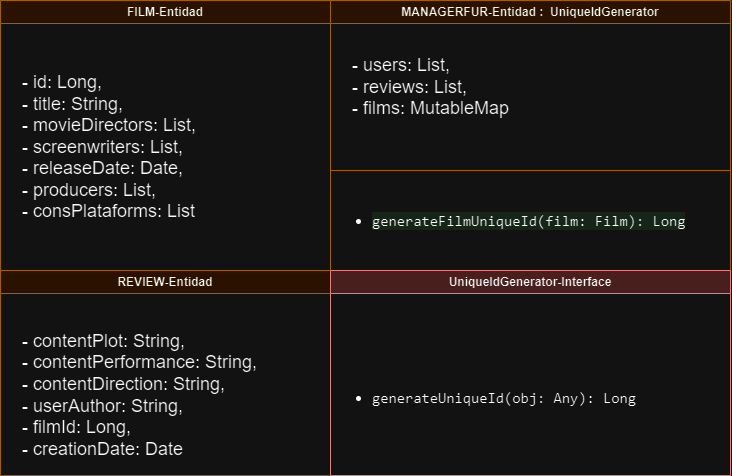
The draw.io diagram doc/imagenes/Modelo_Dominio_Claqueta_TFG.drawio.png in JoseJordanF/Claqueta, before a commit. Source tidied: cells renumbered, new cells last; positions are measured from the earlier drawing's top-left corner, leaving out a move shared by most shapes. The source it was exported from:
```xml
<mxGraphModel>
  <root>
    <mxCell id="0" />
    <mxCell id="1" parent="0" />
    <mxCell id="2" value="FILM-Entidad" style="swimlane;whiteSpace=wrap;html=1;labelBackgroundColor=none;labelBorderColor=none;fillColor=#ffe6cc;align=center;rounded=0;strokeColor=#d79b00;" parent="1" vertex="1">
      <mxGeometry width="330" height="270" as="geometry" />
    </mxCell>
    <mxCell id="3" value="- id: Long,&lt;br&gt;- title: String,&lt;br&gt;- movieDirectors: List,&lt;br&gt;- screenwriters: List,&lt;br&gt;- releaseDate: Date,&lt;br&gt;- producers: List,&lt;br&gt;- consPlataforms: List" style="text;html=1;align=left;verticalAlign=middle;strokeColor=none;fillColor=none;fontSize=18;" parent="2" vertex="1">
      <mxGeometry x="20" y="67" width="200" height="160" as="geometry" />
    </mxCell>
    <mxCell id="4" value="REVIEW-Entidad" style="swimlane;whiteSpace=wrap;html=1;fillColor=#ffe6cc;strokeColor=#d79b00;" parent="1" vertex="1">
      <mxGeometry y="270" width="330" height="205" as="geometry" />
    </mxCell>
    <mxCell id="5" value="&lt;div&gt;- contentPlot: String,&lt;/div&gt;&lt;div&gt;- contentPerformance: String,&lt;/div&gt;&lt;div&gt;- contentDirection: String,&lt;/div&gt;&lt;div&gt;- userAuthor: String,&lt;/div&gt;&lt;div&gt;- filmId: Long,&lt;/div&gt;&lt;div&gt;- creationDate: Date&lt;/div&gt;" style="text;html=1;align=left;verticalAlign=middle;strokeColor=none;fillColor=none;fontSize=18;" parent="4" vertex="1">
      <mxGeometry x="20" y="55" width="260" height="140" as="geometry" />
    </mxCell>
    <mxCell id="6" value="MANAGERFUR-Entidad :&amp;nbsp; UniqueIdGenerator" style="swimlane;whiteSpace=wrap;html=1;fillColor=#ffe6cc;strokeColor=#d79b00;" parent="1" vertex="1">
      <mxGeometry x="330" width="400" height="270" as="geometry" />
    </mxCell>
    <mxCell id="7" value="- users: List,&lt;br&gt;- reviews: List,&lt;br&gt;- films: MutableMap" style="text;html=1;align=left;verticalAlign=middle;strokeColor=none;fillColor=none;fontSize=18;" parent="6" vertex="1">
      <mxGeometry x="20" y="47" width="180" height="80" as="geometry" />
    </mxCell>
    <mxCell id="8" value="&lt;ul style=&quot;font-size: 15px;&quot;&gt;&lt;li&gt; &lt;span style=&quot;box-sizing: border-box; transition: color 0.08s ease-in-out 0s; font-family: ui-monospace, SFMono-Regular, &amp;quot;SF Mono&amp;quot;, Menlo, Consolas, &amp;quot;Liberation Mono&amp;quot;, monospace; background-color: rgba(46, 160, 67, 0.15);&quot; class=&quot;pl-en&quot;&gt;&lt;span style=&quot;box-sizing: border-box; transition: color 0.08s ease-in-out 0s;&quot; class=&quot;pl-token&quot;&gt;generateFilmUniqueId&lt;/span&gt;&lt;/span&gt;&lt;span style=&quot;font-family: ui-monospace, SFMono-Regular, &amp;quot;SF Mono&amp;quot;, Menlo, Consolas, &amp;quot;Liberation Mono&amp;quot;, monospace; background-color: rgba(46, 160, 67, 0.15);&quot;&gt;(&lt;/span&gt;&lt;span style=&quot;box-sizing: border-box; transition: color 0.08s ease-in-out 0s; font-family: ui-monospace, SFMono-Regular, &amp;quot;SF Mono&amp;quot;, Menlo, Consolas, &amp;quot;Liberation Mono&amp;quot;, monospace; background-color: rgba(46, 160, 67, 0.15);&quot; class=&quot;pl-smi&quot;&gt;&lt;span style=&quot;box-sizing: border-box; transition: color 0.08s ease-in-out 0s;&quot; class=&quot;pl-token&quot;&gt;film&lt;/span&gt;&lt;/span&gt;&lt;span style=&quot;box-sizing: border-box; transition: color 0.08s ease-in-out 0s; font-family: ui-monospace, SFMono-Regular, &amp;quot;SF Mono&amp;quot;, Menlo, Consolas, &amp;quot;Liberation Mono&amp;quot;, monospace; background-color: rgba(46, 160, 67, 0.15);&quot; class=&quot;pl-k&quot;&gt;:&lt;/span&gt;&lt;span style=&quot;font-family: ui-monospace, SFMono-Regular, &amp;quot;SF Mono&amp;quot;, Menlo, Consolas, &amp;quot;Liberation Mono&amp;quot;, monospace; background-color: rgba(46, 160, 67, 0.15);&quot;&gt; &lt;/span&gt;&lt;span style=&quot;box-sizing: border-box; transition: color 0.08s ease-in-out 0s; font-family: ui-monospace, SFMono-Regular, &amp;quot;SF Mono&amp;quot;, Menlo, Consolas, &amp;quot;Liberation Mono&amp;quot;, monospace; background-color: rgba(46, 160, 67, 0.15);&quot; class=&quot;pl-en&quot;&gt;&lt;span style=&quot;box-sizing: border-box; transition: color 0.08s ease-in-out 0s;&quot; class=&quot;pl-token&quot;&gt;Film&lt;/span&gt;&lt;/span&gt;&lt;span style=&quot;font-family: ui-monospace, SFMono-Regular, &amp;quot;SF Mono&amp;quot;, Menlo, Consolas, &amp;quot;Liberation Mono&amp;quot;, monospace; background-color: rgba(46, 160, 67, 0.15);&quot;&gt;): &lt;/span&gt;&lt;span style=&quot;box-sizing: border-box; transition: color 0.08s ease-in-out 0s; font-family: ui-monospace, SFMono-Regular, &amp;quot;SF Mono&amp;quot;, Menlo, Consolas, &amp;quot;Liberation Mono&amp;quot;, monospace; background-color: rgba(46, 160, 67, 0.15);&quot; class=&quot;pl-c1&quot;&gt;&lt;span style=&quot;box-sizing: border-box; transition: color 0.08s ease-in-out 0s;&quot; class=&quot;pl-token&quot;&gt;Long&lt;/span&gt;&lt;/span&gt;&lt;br&gt;&lt;/li&gt;&lt;/ul&gt;" style="text;strokeColor=none;fillColor=none;html=1;whiteSpace=wrap;verticalAlign=middle;overflow=hidden;" parent="6" vertex="1">
      <mxGeometry y="170" width="400" height="100" as="geometry" />
    </mxCell>
    <mxCell id="9" style="endArrow=none;html=1;rounded=0;entryX=1;entryY=0.75;entryDx=0;entryDy=0;exitX=0;exitY=0.75;exitDx=0;exitDy=0;fillColor=#ffe6cc;strokeColor=#d79b00;" parent="6" edge="1">
      <mxGeometry relative="1" as="geometry">
        <mxPoint y="170" as="sourcePoint" />
        <mxPoint x="400" y="170" as="targetPoint" />
      </mxGeometry>
    </mxCell>
    <mxCell id="10" value="UniqueIdGenerator-Interface" style="swimlane;whiteSpace=wrap;html=1;fillColor=#f8cecc;strokeColor=#b85450;startSize=23;" parent="1" vertex="1">
      <mxGeometry x="330" y="270" width="400" height="205" as="geometry" />
    </mxCell>
    <mxCell id="11" value="&lt;font style=&quot;font-size: 15px;&quot;&gt;&lt;br&gt;&lt;/font&gt;&lt;ul style=&quot;border-color: var(--border-color); orphans: 2; text-align: left; text-indent: 0px; widows: 2; text-decoration-thickness: initial; text-decoration-style: initial; text-decoration-color: initial; font-size: 15px;&quot;&gt;&lt;li style=&quot;border-color: var(--border-color);&quot;&gt;&lt;font style=&quot;font-size: 15px;&quot; face=&quot;ui-monospace, SFMono-Regular, SF Mono, Menlo, Consolas, Liberation Mono, monospace&quot;&gt;generateUniqueId(obj: Any): Long&lt;/font&gt;&lt;br&gt;&lt;/li&gt;&lt;/ul&gt;" style="text;html=1;align=left;verticalAlign=middle;strokeColor=none;fillColor=none;fontSize=18;" parent="10" vertex="1">
      <mxGeometry y="77" width="330" height="80" as="geometry" />
    </mxCell>
  </root>
</mxGraphModel>
```
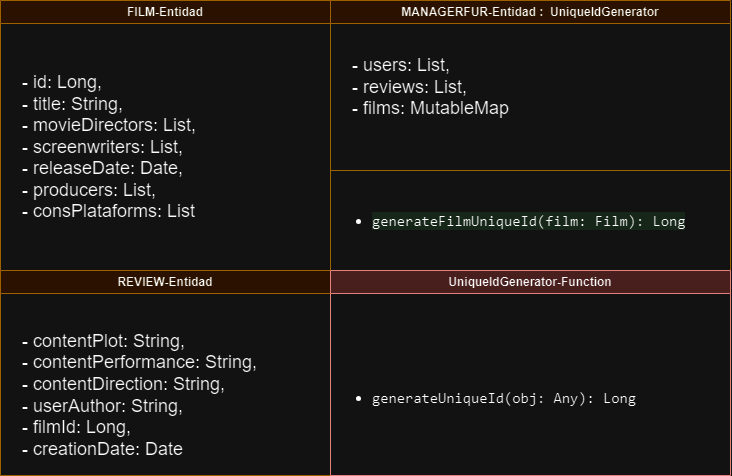
After the commit.

Commit message:
Cambio de imagen #108

se ha llegado a la conclusion de que no es necesaria una clase y una fucion es suficiente

Diff of the diagram source:
```diff
@@ -29,7 +29,7 @@
         <mxPoint x="400" y="170" as="targetPoint" />
       </mxGeometry>
     </mxCell>
-    <mxCell id="10" value="UniqueIdGenerator-Interface" style="swimlane;whiteSpace=wrap;html=1;fillColor=#f8cecc;strokeColor=#b85450;startSize=23;" parent="1" vertex="1">
+    <mxCell id="10" value="UniqueIdGenerator-Function" style="swimlane;whiteSpace=wrap;html=1;fillColor=#f8cecc;strokeColor=#b85450;startSize=23;" parent="1" vertex="1">
       <mxGeometry x="330" y="270" width="400" height="205" as="geometry" />
     </mxCell>
     <mxCell id="11" value="&lt;font style=&quot;font-size: 15px;&quot;&gt;&lt;br&gt;&lt;/font&gt;&lt;ul style=&quot;border-color: var(--border-color); orphans: 2; text-align: left; text-indent: 0px; widows: 2; text-decoration-thickness: initial; text-decoration-style: initial; text-decoration-color: initial; font-size: 15px;&quot;&gt;&lt;li style=&quot;border-color: var(--border-color);&quot;&gt;&lt;font style=&quot;font-size: 15px;&quot; face=&quot;ui-monospace, SFMono-Regular, SF Mono, Menlo, Consolas, Liberation Mono, monospace&quot;&gt;generateUniqueId(obj: Any): Long&lt;/font&gt;&lt;br&gt;&lt;/li&gt;&lt;/ul&gt;" style="text;html=1;align=left;verticalAlign=middle;strokeColor=none;fillColor=none;fontSize=18;" parent="10" vertex="1">
```
